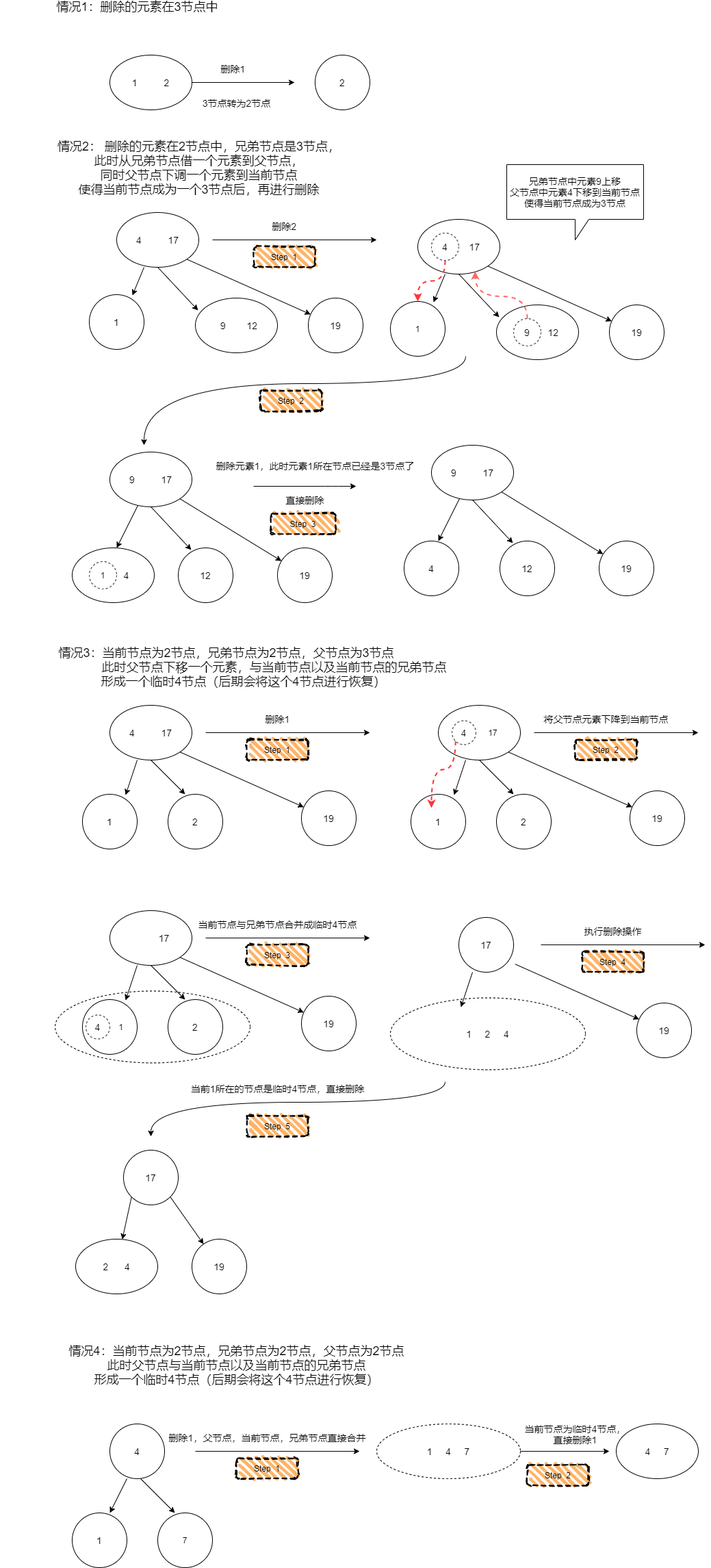
Above: deleteDemo2.png in moonhui/DrawFiles (draw.io), before the change. Source tidied: cells renumbered, new cells last; positions are measured from the earlier drawing's top-left corner, leaving out a move shared by most shapes.
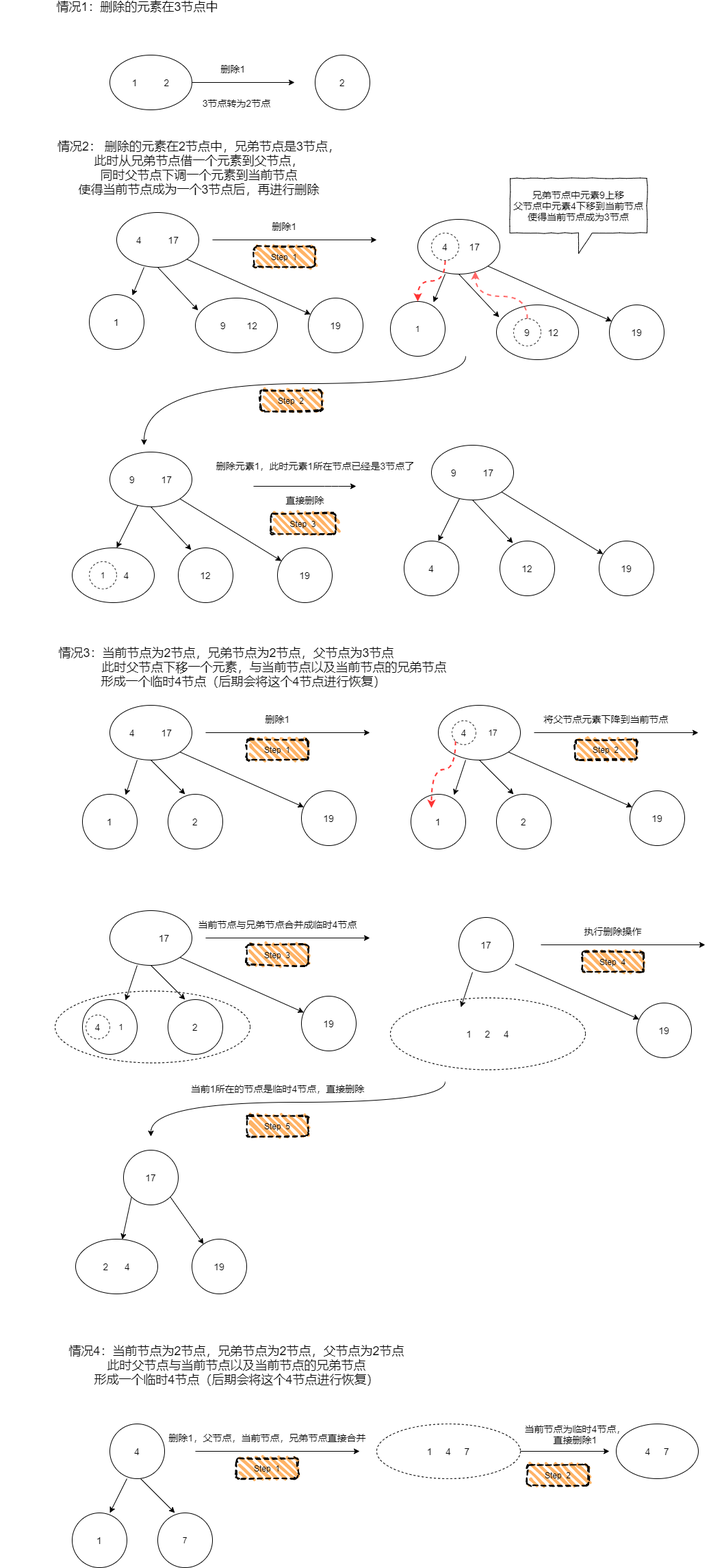
Above is the later version.

Change to the diagram source:
```diff
@@ -57,7 +57,7 @@
     <mxCell id="17" value="&lt;font style=&quot;font-size: 14px&quot;&gt;19&lt;/font&gt;" style="ellipse;whiteSpace=wrap;html=1;" parent="1" vertex="1">
       <mxGeometry x="450" y="435" width="80" height="80" as="geometry" />
     </mxCell>
-    <mxCell id="18" value="&lt;font style=&quot;font-size: 14px&quot;&gt;删除2&lt;/font&gt;" style="text;html=1;align=center;verticalAlign=middle;" parent="1" vertex="1">
+    <mxCell id="18" value="&lt;font style=&quot;font-size: 14px&quot;&gt;删除1&lt;/font&gt;" style="text;html=1;align=center;verticalAlign=middle;" parent="1" vertex="1">
       <mxGeometry x="390" y="320" width="50" height="20" as="geometry" />
     </mxCell>
     <mxCell id="19" style="rounded=0;jettySize=auto;html=1;entryX=0.788;entryY=0.013;entryDx=0;entryDy=0;entryPerimeter=0;" parent="1" edge="1" target="24">
@@ -95,8 +95,8 @@
     <mxCell id="29" value="&lt;font style=&quot;font-size: 14px&quot;&gt;19&lt;/font&gt;" style="ellipse;whiteSpace=wrap;html=1;" parent="1" vertex="1">
       <mxGeometry x="890" y="445" width="80" height="80" as="geometry" />
     </mxCell>
-    <mxCell id="30" value="&lt;font style=&quot;font-size: 14px&quot;&gt;&lt;span&gt;兄弟节点中元素9上移&lt;/span&gt;&lt;br&gt;&lt;span&gt;父节点中元素4下移到当前节点&lt;/span&gt;&lt;br&gt;&lt;span&gt;使得当前节点成为3节点&lt;/span&gt;&lt;/font&gt;" style="shape=callout;whiteSpace=wrap;html=1;perimeter=calloutPerimeter;" parent="1" vertex="1">
-      <mxGeometry x="740" y="240" width="200" height="110" as="geometry" />
+    <mxCell id="30" value="&lt;font style=&quot;font-size: 14px&quot;&gt;&lt;span&gt;兄弟节点中元素9上移&lt;/span&gt;&lt;br&gt;&lt;span&gt;父节点中元素4下移到当前节点&lt;/span&gt;&lt;br&gt;&lt;span&gt;使得当前节点成为3节点&lt;/span&gt;&lt;/font&gt;" style="shape=callout;whiteSpace=wrap;html=1;perimeter=calloutPerimeter;comic=1;" parent="1" vertex="1">
+      <mxGeometry x="745" y="260" width="200" height="110" as="geometry" />
     </mxCell>
     <mxCell id="31" style="rounded=0;jettySize=auto;html=1;entryX=0.788;entryY=0.013;entryDx=0;entryDy=0;entryPerimeter=0;" parent="1" edge="1" source="34">
       <mxGeometry relative="1" as="geometry">
```
